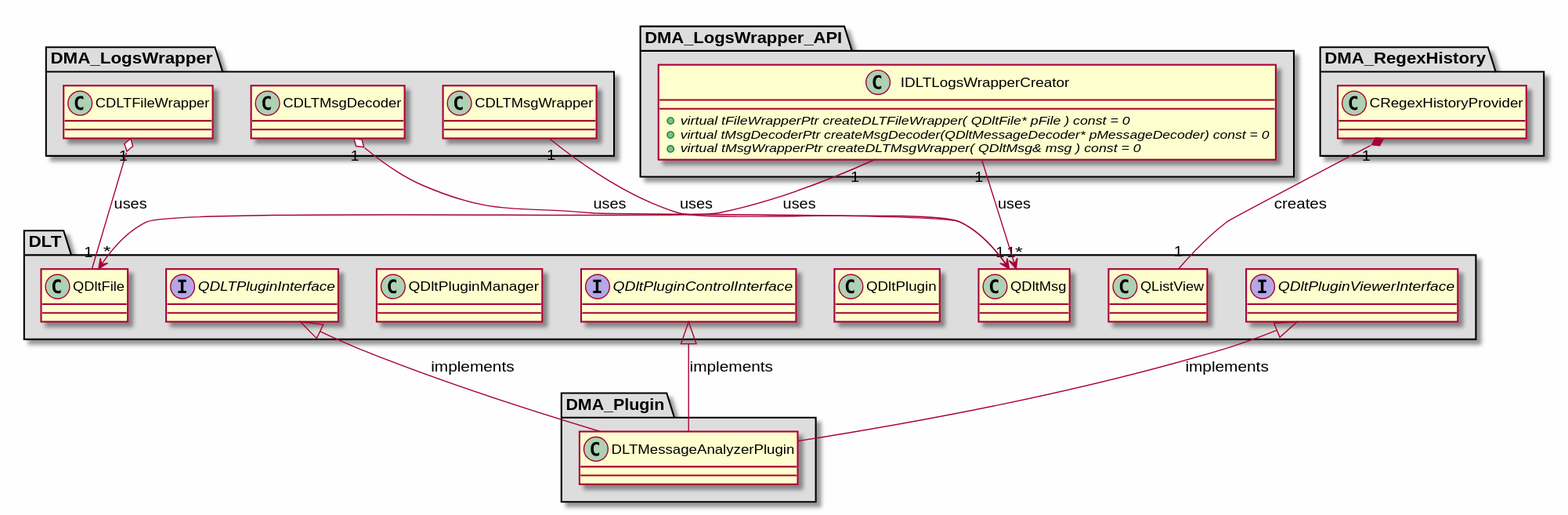
svlad-90/DLT-Message-Analyzer keeps this PlantUML diagram as md/dev_docs/puml/DLT.svg. Above is the earlier version.
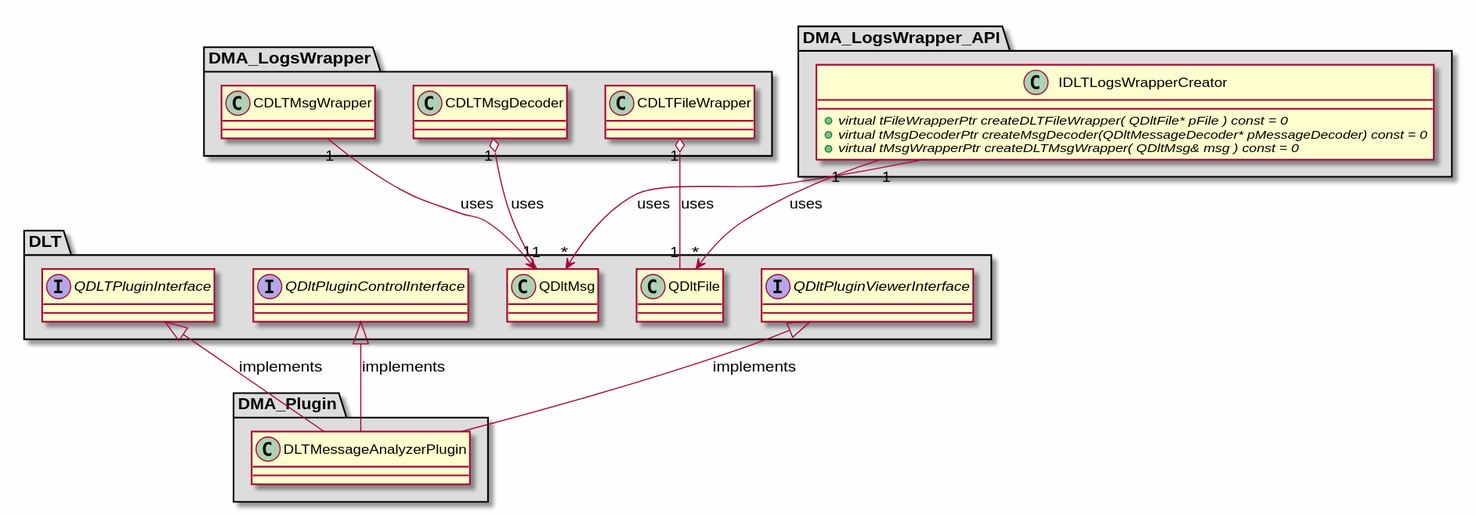
The same diagram one commit later.

Change to the diagram source:
```diff
@@ -17,23 +17,11 @@
 {
 }
 
-class "QDltPlugin"
-{
-}
-
 interface "QDltPluginControlInterface"
 {
 }
 
-class "QDltPluginManager"
-{
-}
-
 interface "QDltPluginViewerInterface"
-{
-}
-
-class "QListView"
 {
 }
 
@@ -77,15 +65,6 @@
 
 }
 
-package "DMA_RegexHistory" #DDDDDD
-{
-
-class "CRegexHistoryProvider"
-{
-}
-
-}
-
 QDLTPluginInterface <|-- DLTMessageAnalyzerPlugin : implements
 QDltPluginControlInterface <|-- DLTMessageAnalyzerPlugin : implements
 QDltPluginViewerInterface <|-- DLTMessageAnalyzerPlugin : implements
@@ -95,6 +74,5 @@
 CDLTMsgWrapper "1" --> "1" QDltMsg : uses
 IDLTLogsWrapperCreator "1" --> "*" QDltFile : uses
 IDLTLogsWrapperCreator "1" --> "*" QDltMsg : uses
-CRegexHistoryProvider "1" *-- "1" QListView : creates
 
 @enduml
```
